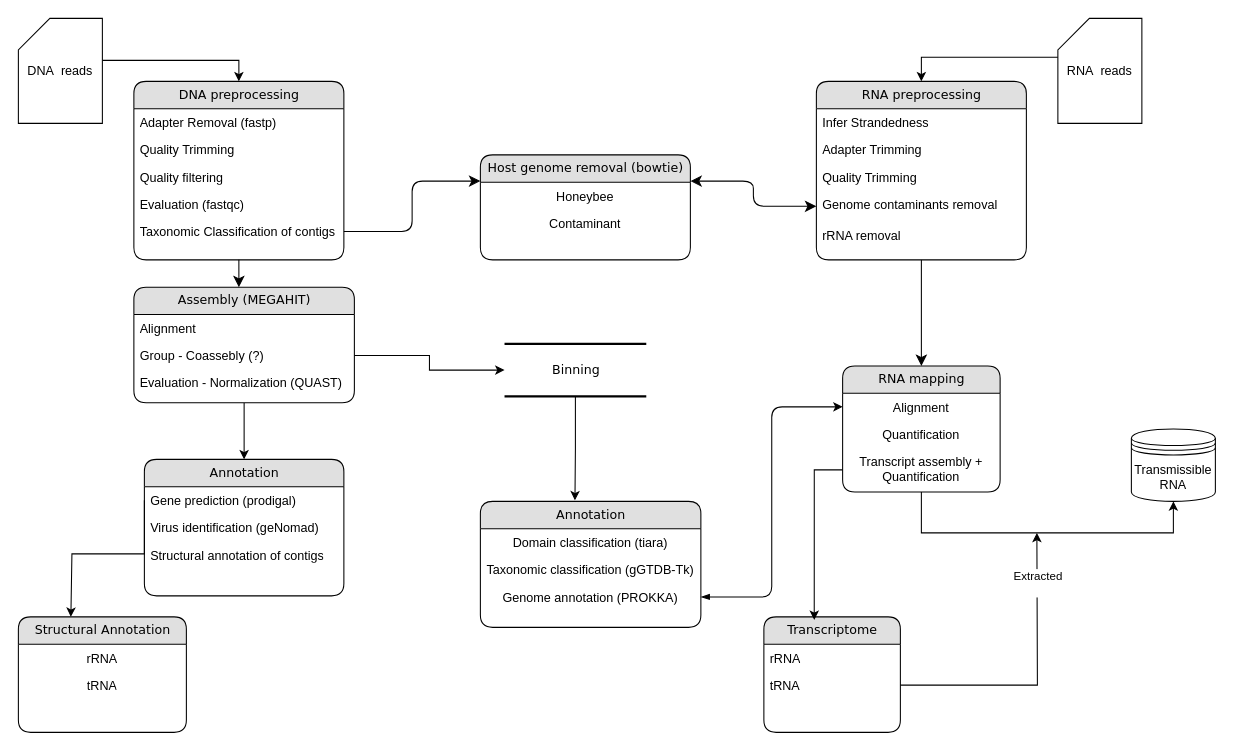
Earlier version of the draw.io diagram analysis_workflow.drawio (IceGreb/db_project). Source tidied: cells renumbered, new cells numbered last; positions are measured from the earlier drawing's top-left corner, leaving out a move shared by most shapes. Both pictures are drawn from the tidied source at 105%, with x=0, y=0 at pixel (18, 18).
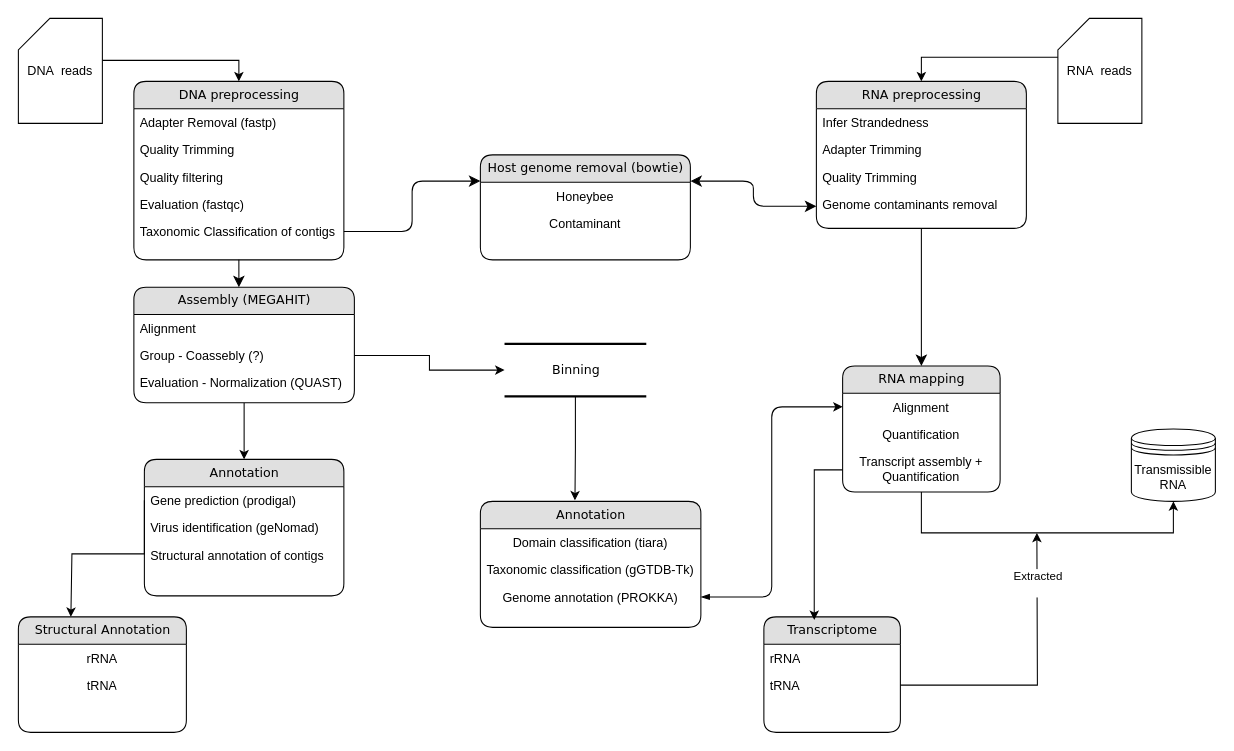
After the change.

The edit, as a diff of the source:
```diff
@@
     <mxCell id="41" value="RNA preprocessing" style="swimlane;html=1;fontStyle=0;horizontal=1;startSize=26;fillColor=#e0e0e0;swimlaneFillColor=#ffffff;align=center;rounded=1;shadow=0;comic=0;labelBackgroundColor=none;strokeWidth=1;fontFamily=Verdana;fontSize=12;" parent="1" vertex="1">
-      <mxGeometry x="760" y="60" width="200" height="170" as="geometry" />
+      <mxGeometry x="760" y="60" width="200" height="140" as="geometry" />
     </mxCell>
@@
-    <mxCell id="46" value="rRNA removal" style="text;html=1;strokeColor=none;fillColor=none;spacingLeft=4;spacingRight=4;whiteSpace=wrap;overflow=hidden;" parent="41" vertex="1">
-      <mxGeometry y="134" width="200" height="26" as="geometry" />
-    </mxCell>
```
